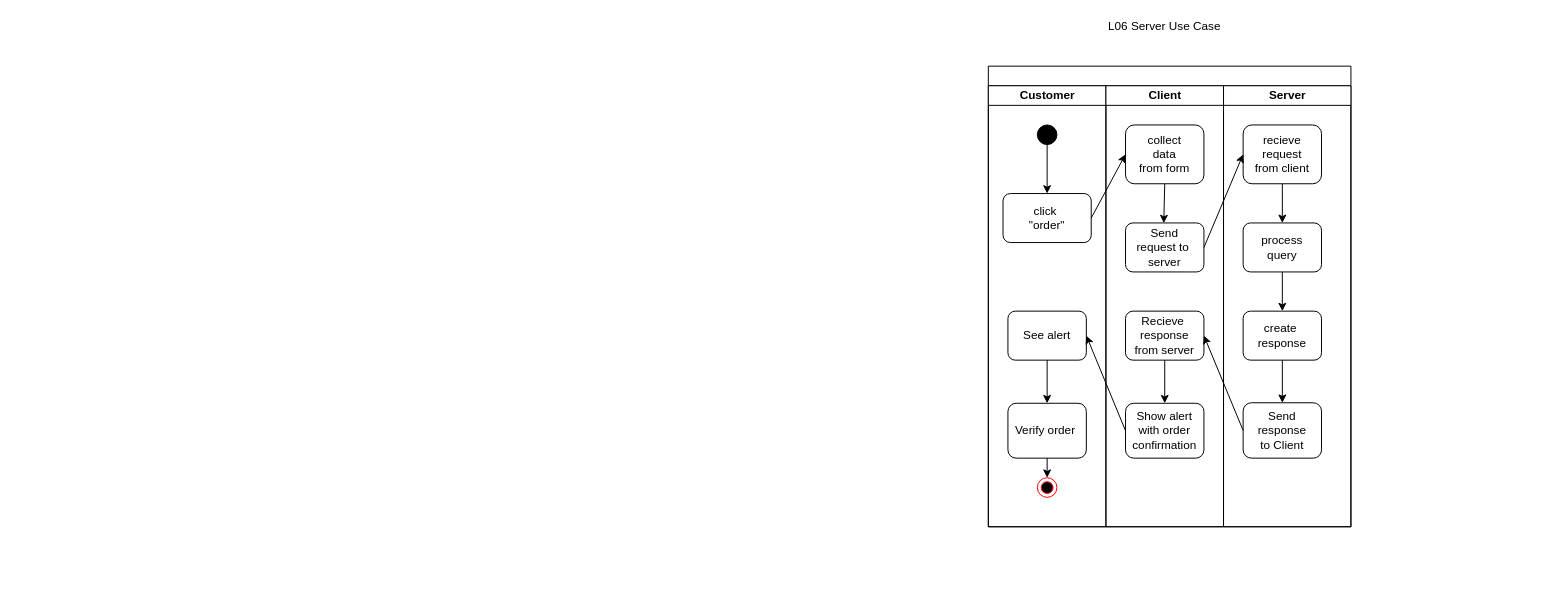
KohlerAl/EIA2 keeps this draw.io diagram as L06_Server/Haushaltshilfe/Konzeption/UseCaseL06.drawio. Above is the earlier version. Source tidied: cells renumbered, new cells numbered last; positions are measured from the earlier drawing's top-left corner, leaving out a move shared by most shapes. Both pictures are drawn from the tidied source at 98%, with x=0, y=0 at pixel (792, 17).
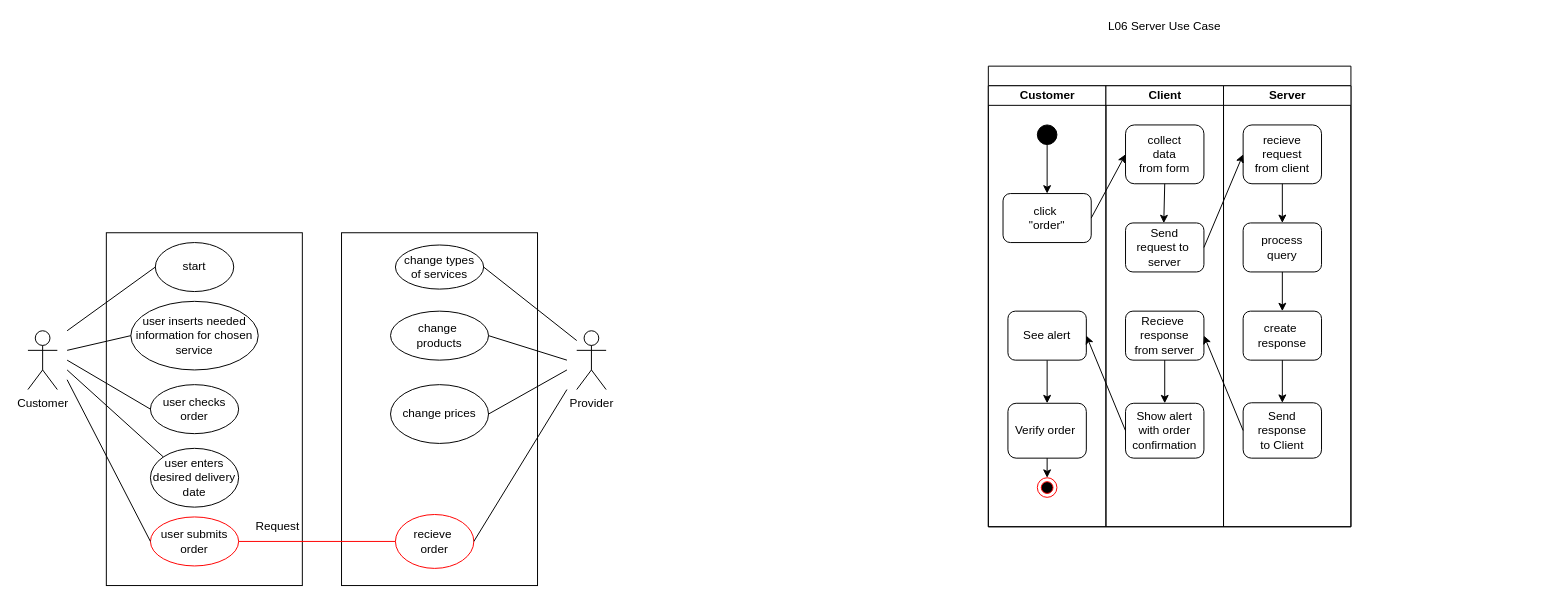
The same diagram, later.

Unchanged cells that the change refers to:
```xml
<mxCell id="2" style="swimlane;html=1;startSize=20;" parent="1" vertex="1">
  <mxGeometry x="200" y="50" width="370" height="470" as="geometry" />
</mxCell>
<mxCell id="3" value="Customer" style="swimlane;html=1;startSize=20;" parent="2" vertex="1">
  <mxGeometry y="20" width="120" height="450" as="geometry" />
</mxCell>
<mxCell id="8" value="Verify order&amp;nbsp;" style="rounded=1;whiteSpace=wrap;html=1;fillColor=#FFFFFF;" parent="3" vertex="1">
  <mxGeometry x="20" y="324" width="80" height="56" as="geometry" />
</mxCell>
<mxCell id="15" value="Show alert with order confirmation" style="rounded=1;whiteSpace=wrap;html=1;fillColor=#FFFFFF;" parent="10" vertex="1">
  <mxGeometry x="20" y="324" width="80" height="56" as="geometry" />
</mxCell>
```

Diff of the diagram source:
```diff
@@
+    <mxCell id="29" style="endArrow=classic;html=1;entryX=0.5;entryY=0;entryDx=0;entryDy=0;exitX=0.5;exitY=1;exitDx=0;exitDy=0;" parent="3" edge="1" source="28" target="8">
+      <mxGeometry relative="1" as="geometry" />
+    </mxCell>
+    <mxCell id="28" value="See alert" style="rounded=1;whiteSpace=wrap;html=1;fillColor=#FFFFFF;" parent="3" vertex="1">
+      <mxGeometry x="20" y="230" width="80" height="50" as="geometry" />
+    </mxCell>
@@
-    <mxCell id="28" value="See alert" style="rounded=1;whiteSpace=wrap;html=1;fillColor=#FFFFFF;" parent="1" vertex="1">
-      <mxGeometry x="220" y="300" width="80" height="50" as="geometry" />
-    </mxCell>
-    <mxCell id="29" style="endArrow=classic;html=1;entryX=0.5;entryY=0;entryDx=0;entryDy=0;exitX=0.5;exitY=1;exitDx=0;exitDy=0;" parent="1" edge="1" source="28" target="8">
-      <mxGeometry relative="1" as="geometry" />
-    </mxCell>
-    <mxCell id="30" style="endArrow=classic;html=1;exitX=0;exitY=0.5;exitDx=0;exitDy=0;entryX=1;entryY=0.5;entryDx=0;entryDy=0;" parent="1" edge="1" source="15" target="28">
+    <mxCell id="30" style="endArrow=classic;html=1;exitX=0;exitY=0.5;exitDx=0;exitDy=0;entryX=1;entryY=0.5;entryDx=0;entryDy=0;" parent="2" edge="1" source="15" target="28">
       <mxGeometry relative="1" as="geometry" />
     </mxCell>
@@
+    <mxCell id="32" value="Customer" style="shape=umlActor;verticalLabelPosition=bottom;labelBackgroundColor=#ffffff;verticalAlign=top;html=1;" parent="1" vertex="1">
+      <mxGeometry x="-780" y="320" width="30" height="60" as="geometry" />
+    </mxCell>
+    <mxCell id="33" style="rounded=0;whiteSpace=wrap;html=1;" parent="1" vertex="1">
+      <mxGeometry x="-700" y="220" width="200" height="360" as="geometry" />
+    </mxCell>
+    <mxCell id="34" value="start" style="ellipse;whiteSpace=wrap;html=1;" parent="1" vertex="1">
+      <mxGeometry x="-650" y="230" width="80" height="50" as="geometry" />
+    </mxCell>
+    <mxCell id="35" value="user inserts needed information for chosen service" style="ellipse;whiteSpace=wrap;html=1;" parent="1" vertex="1">
+      <mxGeometry x="-675" y="290" width="130" height="70" as="geometry" />
+    </mxCell>
+    <mxCell id="36" value="user checks order" style="ellipse;whiteSpace=wrap;html=1;" parent="1" vertex="1">
+      <mxGeometry x="-655" y="375" width="90" height="50" as="geometry" />
+    </mxCell>
+    <mxCell id="37" value="user enters desired delivery date" style="ellipse;whiteSpace=wrap;html=1;" parent="1" vertex="1">
+      <mxGeometry x="-655" y="440" width="90" height="60" as="geometry" />
+    </mxCell>
+    <mxCell id="38" value="user submits order" style="ellipse;whiteSpace=wrap;html=1;strokeColor=#FF0000;" parent="1" vertex="1">
+      <mxGeometry x="-655" y="510" width="90" height="50" as="geometry" />
+    </mxCell>
+    <mxCell id="39" style="endArrow=none;html=1;entryX=0;entryY=0.5;entryDx=0;entryDy=0;" parent="1" edge="1" target="34">
+      <mxGeometry relative="1" as="geometry">
+        <mxPoint x="-740" y="320" as="sourcePoint" />
+      </mxGeometry>
+    </mxCell>
+    <mxCell id="40" style="endArrow=none;html=1;entryX=0;entryY=0.5;entryDx=0;entryDy=0;" parent="1" edge="1" target="35">
+      <mxGeometry relative="1" as="geometry">
+        <mxPoint x="-740" y="340" as="sourcePoint" />
+      </mxGeometry>
+    </mxCell>
+    <mxCell id="41" style="endArrow=none;html=1;entryX=0;entryY=0.5;entryDx=0;entryDy=0;" parent="1" edge="1" target="36">
+      <mxGeometry relative="1" as="geometry">
+        <mxPoint x="-740" y="350" as="sourcePoint" />
+      </mxGeometry>
+    </mxCell>
+    <mxCell id="42" style="endArrow=none;html=1;entryX=0;entryY=0;entryDx=0;entryDy=0;" parent="1" edge="1" target="37">
+      <mxGeometry relative="1" as="geometry">
+        <mxPoint x="-740" y="360" as="sourcePoint" />
+      </mxGeometry>
+    </mxCell>
+    <mxCell id="43" style="endArrow=none;html=1;entryX=0;entryY=0.5;entryDx=0;entryDy=0;" parent="1" edge="1" target="38">
+      <mxGeometry relative="1" as="geometry">
+        <mxPoint x="-740" y="370" as="sourcePoint" />
+      </mxGeometry>
+    </mxCell>
+    <mxCell id="44" style="rounded=0;whiteSpace=wrap;html=1;strokeColor=#000000;" parent="1" vertex="1">
+      <mxGeometry x="-460" y="220" width="200" height="360" as="geometry" />
+    </mxCell>
+    <mxCell id="45" value="Provider" style="shape=umlActor;verticalLabelPosition=bottom;labelBackgroundColor=#ffffff;verticalAlign=top;html=1;strokeColor=#000000;" parent="1" vertex="1">
+      <mxGeometry x="-220" y="320" width="30" height="60" as="geometry" />
+    </mxCell>
+    <mxCell id="46" value="change types &lt;br&gt;of services" style="ellipse;whiteSpace=wrap;html=1;strokeColor=#000000;" parent="1" vertex="1">
+      <mxGeometry x="-405" y="232.5" width="90" height="45" as="geometry" />
+    </mxCell>
+    <mxCell id="47" value="change&amp;nbsp;&lt;br&gt;products" style="ellipse;whiteSpace=wrap;html=1;strokeColor=#000000;" parent="1" vertex="1">
+      <mxGeometry x="-410" y="300" width="100" height="50" as="geometry" />
+    </mxCell>
+    <mxCell id="48" value="change prices" style="ellipse;whiteSpace=wrap;html=1;strokeColor=#000000;" parent="1" vertex="1">
+      <mxGeometry x="-410" y="375" width="100" height="60" as="geometry" />
+    </mxCell>
+    <mxCell id="49" value="recieve&amp;nbsp;&lt;br&gt;order" style="ellipse;whiteSpace=wrap;html=1;strokeColor=#FF0000;" parent="1" vertex="1">
+      <mxGeometry x="-405" y="507.5" width="80" height="55" as="geometry" />
+    </mxCell>
+    <mxCell id="50" style="endArrow=none;html=1;entryX=0;entryY=0.5;entryDx=0;entryDy=0;exitX=1;exitY=0.5;exitDx=0;exitDy=0;strokeColor=#FF0000;" parent="1" edge="1" source="38" target="49">
+      <mxGeometry relative="1" as="geometry" />
+    </mxCell>
+    <mxCell id="51" value="Request" style="text;html=1;strokeColor=none;fillColor=none;align=center;verticalAlign=middle;whiteSpace=wrap;rounded=0;" parent="1" vertex="1">
+      <mxGeometry x="-545" y="510" width="40" height="20" as="geometry" />
+    </mxCell>
+    <mxCell id="52" style="endArrow=none;html=1;strokeColor=#000000;exitX=1;exitY=0.5;exitDx=0;exitDy=0;" parent="1" edge="1" source="46">
+      <mxGeometry relative="1" as="geometry">
+        <mxPoint x="-220" y="330" as="targetPoint" />
+      </mxGeometry>
+    </mxCell>
+    <mxCell id="53" style="endArrow=none;html=1;strokeColor=#000000;exitX=1;exitY=0.5;exitDx=0;exitDy=0;" parent="1" edge="1" source="47">
+      <mxGeometry relative="1" as="geometry">
+        <mxPoint x="-230" y="350" as="targetPoint" />
+      </mxGeometry>
+    </mxCell>
+    <mxCell id="54" style="endArrow=none;html=1;strokeColor=#000000;exitX=1;exitY=0.5;exitDx=0;exitDy=0;" parent="1" edge="1" source="48">
+      <mxGeometry relative="1" as="geometry">
+        <mxPoint x="-230" y="360" as="targetPoint" />
+      </mxGeometry>
+    </mxCell>
+    <mxCell id="55" style="endArrow=none;html=1;strokeColor=#000000;exitX=1;exitY=0.5;exitDx=0;exitDy=0;" parent="1" edge="1" source="49">
+      <mxGeometry relative="1" as="geometry">
+        <mxPoint x="-230" y="380" as="targetPoint" />
+      </mxGeometry>
+    </mxCell>
```
